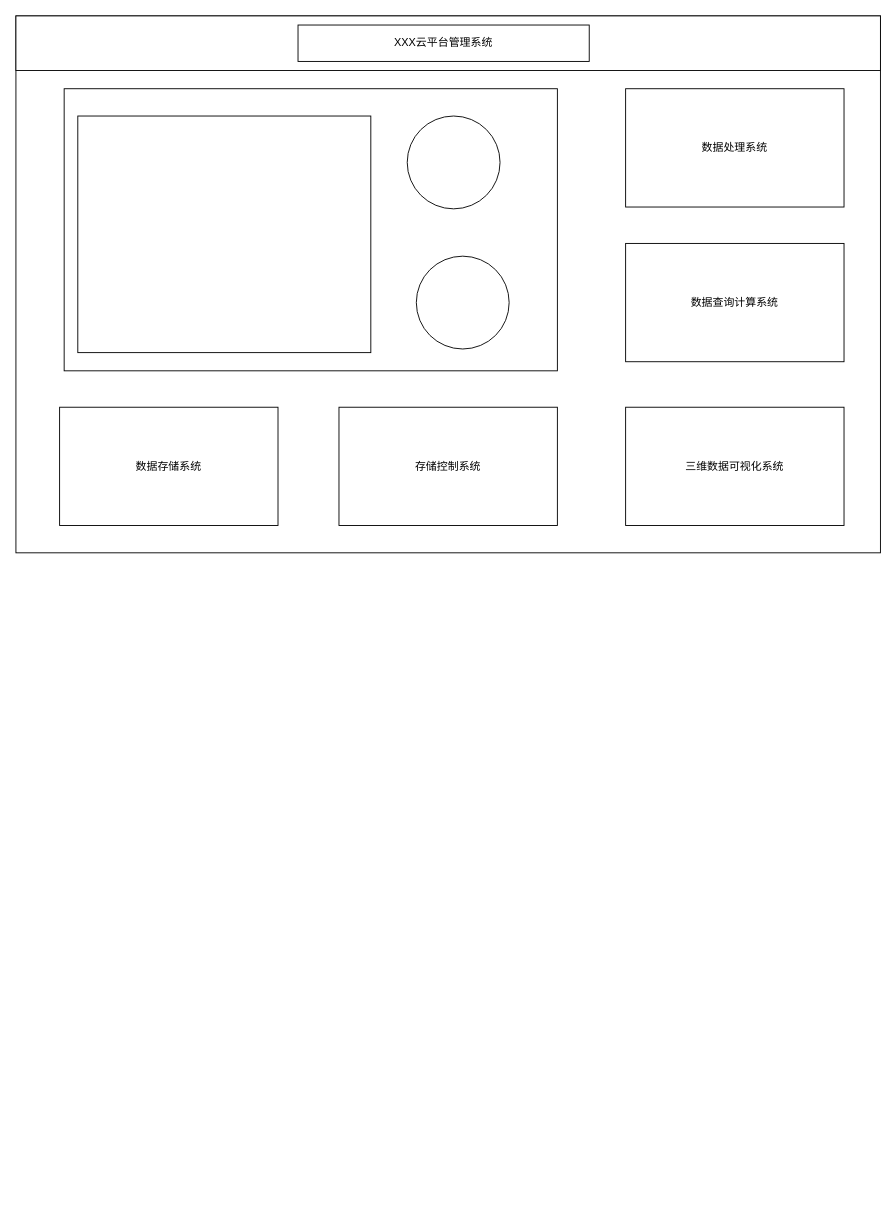
Above: 云平台.drawio in wdmlsx/xunjian (draw.io), before the change. Source tidied: cells renumbered, new cells numbered last; positions are measured from the earlier drawing's top-left corner, leaving out a move shared by most shapes. Both pictures are drawn from the tidied source at 91%, with x=0, y=0 at pixel (15, 15).
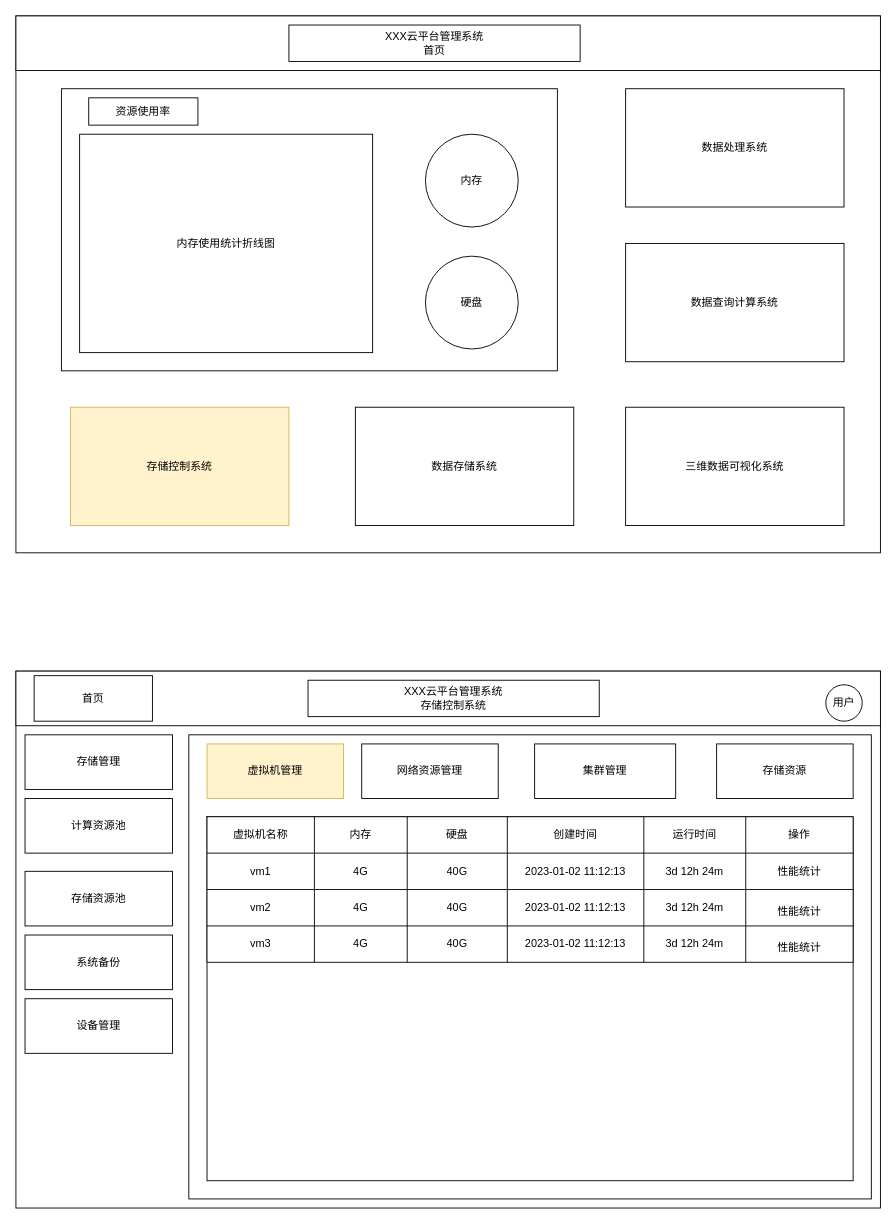
The same diagram, later.

Commit message (it also covers changes not shown here):
更新云平台.drawio

What changed in the source:
```diff
@@
     <mxCell id="3" value="数据存储系统" style="rounded=0;whiteSpace=wrap;html=1;" parent="1" vertex="1">
-      <mxGeometry x="48" y="430" width="240" height="130" as="geometry" />
+      <mxGeometry x="373" y="430" width="240" height="130" as="geometry" />
     </mxCell>
@@
-    <mxCell id="7" value="存储控制系统" style="rounded=0;whiteSpace=wrap;html=1;" parent="1" vertex="1">
-      <mxGeometry x="355" y="430" width="240" height="130" as="geometry" />
+    <mxCell id="7" value="存储控制系统" style="rounded=0;whiteSpace=wrap;html=1;fillColor=#fff2cc;strokeColor=#d6b656;" parent="1" vertex="1">
+      <mxGeometry x="60" y="430" width="240" height="130" as="geometry" />
     </mxCell>
@@
-    <mxCell id="9" value="XXX云平台管理系统" style="rounded=0;whiteSpace=wrap;html=1;align=center;" parent="1" vertex="1">
-      <mxGeometry x="310" y="10" width="320" height="40" as="geometry" />
+    <mxCell id="9" value="XXX云平台管理系统&lt;br&gt;首页" style="rounded=0;whiteSpace=wrap;html=1;align=center;" parent="1" vertex="1">
+      <mxGeometry x="300" y="10" width="320" height="40" as="geometry" />
     </mxCell>
     <mxCell id="10" style="rounded=0;whiteSpace=wrap;html=1;" parent="1" vertex="1">
-      <mxGeometry x="53" y="80" width="542" height="310" as="geometry" />
+      <mxGeometry x="50" y="80" width="545" height="310" as="geometry" />
     </mxCell>
-    <mxCell id="11" style="ellipse;whiteSpace=wrap;html=1;" parent="1" vertex="1">
-      <mxGeometry x="440" y="264" width="102" height="102" as="geometry" />
+    <mxCell id="11" value="硬盘" style="ellipse;whiteSpace=wrap;html=1;" parent="1" vertex="1">
+      <mxGeometry x="450" y="264" width="102" height="102" as="geometry" />
     </mxCell>
-    <mxCell id="12" style="rounded=0;whiteSpace=wrap;html=1;" parent="1" vertex="1">
-      <mxGeometry x="68" y="110" width="322" height="260" as="geometry" />
+    <mxCell id="12" value="内存使用统计折线图" style="rounded=0;whiteSpace=wrap;html=1;" parent="1" vertex="1">
+      <mxGeometry x="70" y="130" width="322" height="240" as="geometry" />
     </mxCell>
-    <mxCell id="13" style="ellipse;whiteSpace=wrap;html=1;" parent="1" vertex="1">
-      <mxGeometry x="430" y="110" width="102" height="102" as="geometry" />
+    <mxCell id="13" value="内存" style="ellipse;whiteSpace=wrap;html=1;" parent="1" vertex="1">
+      <mxGeometry x="450" y="130" width="102" height="102" as="geometry" />
     </mxCell>
+    <mxCell id="14" style="rounded=0;whiteSpace=wrap;html=1;" parent="1" vertex="1">
+      <mxGeometry y="720" width="950" height="590" as="geometry" />
+    </mxCell>
+    <mxCell id="15" style="rounded=0;whiteSpace=wrap;html=1;" parent="1" vertex="1">
+      <mxGeometry y="720" width="950" height="60" as="geometry" />
+    </mxCell>
+    <mxCell id="16" value="XXX云平台管理系统&lt;br&gt;存储控制系统" style="rounded=0;whiteSpace=wrap;html=1;align=center;" parent="1" vertex="1">
+      <mxGeometry x="321" y="730" width="320" height="40" as="geometry" />
+    </mxCell>
+    <mxCell id="17" value="存储管理" style="rounded=0;whiteSpace=wrap;html=1;" parent="1" vertex="1">
+      <mxGeometry x="10" y="790" width="162" height="60" as="geometry" />
+    </mxCell>
+    <mxCell id="18" value="计算资源池" style="rounded=0;whiteSpace=wrap;html=1;" parent="1" vertex="1">
+      <mxGeometry x="10" y="860" width="162" height="60" as="geometry" />
+    </mxCell>
+    <mxCell id="19" value="存储资源池" style="rounded=0;whiteSpace=wrap;html=1;" parent="1" vertex="1">
+      <mxGeometry x="10" y="940" width="162" height="60" as="geometry" />
+    </mxCell>
+    <mxCell id="20" value="系统备份" style="rounded=0;whiteSpace=wrap;html=1;" parent="1" vertex="1">
+      <mxGeometry x="10" y="1010" width="162" height="60" as="geometry" />
+    </mxCell>
+    <mxCell id="21" value="设备管理" style="rounded=0;whiteSpace=wrap;html=1;" parent="1" vertex="1">
+      <mxGeometry x="10" y="1080" width="162" height="60" as="geometry" />
+    </mxCell>
+    <mxCell id="22" style="rounded=0;whiteSpace=wrap;html=1;" parent="1" vertex="1">
+      <mxGeometry x="190" y="790" width="750" height="510" as="geometry" />
+    </mxCell>
+    <mxCell id="23" value="存储资源" style="rounded=0;whiteSpace=wrap;html=1;" parent="1" vertex="1">
+      <mxGeometry x="770" y="800" width="150" height="60" as="geometry" />
+    </mxCell>
+    <mxCell id="24" value="网络资源管理" style="rounded=0;whiteSpace=wrap;html=1;" parent="1" vertex="1">
+      <mxGeometry x="380" y="800" width="150" height="60" as="geometry" />
+    </mxCell>
+    <mxCell id="25" value="虚拟机管理" style="rounded=0;whiteSpace=wrap;html=1;fillColor=#fff2cc;strokeColor=#d6b656;" parent="1" vertex="1">
+      <mxGeometry x="210" y="800" width="150" height="60" as="geometry" />
+    </mxCell>
+    <mxCell id="26" value="集群管理" style="rounded=0;whiteSpace=wrap;html=1;" parent="1" vertex="1">
+      <mxGeometry x="570" y="800" width="155" height="60" as="geometry" />
+    </mxCell>
+    <mxCell id="27" style="rounded=0;whiteSpace=wrap;html=1;" parent="1" vertex="1">
+      <mxGeometry x="210" y="880" width="710" height="400" as="geometry" />
+    </mxCell>
+    <mxCell id="28" style="shape=table;startSize=0;childLayout=tableLayout;" parent="1" vertex="1">
+      <mxGeometry x="210" y="880" width="710" height="160" as="geometry" />
+    </mxCell>
+    <mxCell id="29" style="shape=tableRow;horizontal=0;startSize=0;swimlaneHead=0;swimlaneBody=0;strokeColor=inherit;top=0;left=0;bottom=0;right=0;fillColor=none;" parent="28" vertex="1">
+      <mxGeometry width="710" height="40" as="geometry" />
+    </mxCell>
+    <mxCell id="30" value="虚拟机名称" style="shape=partialRectangle;html=1;whiteSpace=wrap;strokeColor=inherit;overflow=hidden;fillColor=none;top=0;left=0;bottom=0;right=0;" parent="29" vertex="1">
+      <mxGeometry width="118" height="40" as="geometry" />
+    </mxCell>
+    <mxCell id="31" value="内存" style="shape=partialRectangle;html=1;whiteSpace=wrap;strokeColor=inherit;overflow=hidden;fillColor=none;top=0;left=0;bottom=0;right=0;" parent="29" vertex="1">
+      <mxGeometry x="118" width="102" height="40" as="geometry" />
+    </mxCell>
+    <mxCell id="32" value="硬盘" style="shape=partialRectangle;html=1;whiteSpace=wrap;strokeColor=inherit;overflow=hidden;fillColor=none;top=0;left=0;bottom=0;right=0;" parent="29" vertex="1">
+      <mxGeometry x="220" width="110" height="40" as="geometry" />
+    </mxCell>
+    <mxCell id="33" value="创建时间" style="shape=partialRectangle;html=1;whiteSpace=wrap;strokeColor=inherit;overflow=hidden;fillColor=none;top=0;left=0;bottom=0;right=0;" parent="29" vertex="1">
+      <mxGeometry x="330" width="150" height="40" as="geometry" />
+    </mxCell>
+    <mxCell id="34" value="运行时间" style="shape=partialRectangle;html=1;whiteSpace=wrap;strokeColor=inherit;overflow=hidden;fillColor=none;top=0;left=0;bottom=0;right=0;" parent="29" vertex="1">
+      <mxGeometry x="480" width="112" height="40" as="geometry" />
+    </mxCell>
+    <mxCell id="35" value="操作" style="shape=partialRectangle;html=1;whiteSpace=wrap;strokeColor=inherit;overflow=hidden;fillColor=none;top=0;left=0;bottom=0;right=0;" parent="29" vertex="1">
+      <mxGeometry x="592" width="118" height="40" as="geometry" />
+    </mxCell>
+    <mxCell id="36" style="shape=tableRow;horizontal=0;startSize=0;swimlaneHead=0;swimlaneBody=0;strokeColor=inherit;top=0;left=0;bottom=0;right=0;fillColor=none;" parent="28" vertex="1">
+      <mxGeometry y="40" width="710" height="40" as="geometry" />
+    </mxCell>
+    <mxCell id="37" value="vm1" style="shape=partialRectangle;html=1;whiteSpace=wrap;strokeColor=inherit;overflow=hidden;fillColor=none;top=0;left=0;bottom=0;right=0;" parent="36" vertex="1">
+      <mxGeometry width="118" height="40" as="geometry" />
+    </mxCell>
+    <mxCell id="38" value="4G" style="shape=partialRectangle;html=1;whiteSpace=wrap;strokeColor=inherit;overflow=hidden;fillColor=none;top=0;left=0;bottom=0;right=0;" parent="36" vertex="1">
+      <mxGeometry x="118" width="102" height="40" as="geometry" />
+    </mxCell>
+    <mxCell id="39" value="40G" style="shape=partialRectangle;html=1;whiteSpace=wrap;strokeColor=inherit;overflow=hidden;fillColor=none;top=0;left=0;bottom=0;right=0;" parent="36" vertex="1">
+      <mxGeometry x="220" width="110" height="40" as="geometry" />
+    </mxCell>
+    <mxCell id="40" value="2023-01-02 11:12:13" style="shape=partialRectangle;html=1;whiteSpace=wrap;strokeColor=inherit;overflow=hidden;fillColor=none;top=0;left=0;bottom=0;right=0;" parent="36" vertex="1">
+      <mxGeometry x="330" width="150" height="40" as="geometry" />
+    </mxCell>
+    <mxCell id="41" value="3d 12h 24m" style="shape=partialRectangle;html=1;whiteSpace=wrap;strokeColor=inherit;overflow=hidden;fillColor=none;top=0;left=0;bottom=0;right=0;" parent="36" vertex="1">
+      <mxGeometry x="480" width="112" height="40" as="geometry" />
+    </mxCell>
+    <mxCell id="42" value="性能统计" style="shape=partialRectangle;html=1;whiteSpace=wrap;strokeColor=inherit;overflow=hidden;fillColor=none;top=0;left=0;bottom=0;right=0;" parent="36" vertex="1">
+      <mxGeometry x="592" width="118" height="40" as="geometry" />
+    </mxCell>
+    <mxCell id="43" style="shape=tableRow;horizontal=0;startSize=0;swimlaneHead=0;swimlaneBody=0;strokeColor=inherit;top=0;left=0;bottom=0;right=0;fillColor=none;" parent="28" vertex="1">
+      <mxGeometry y="80" width="710" height="40" as="geometry" />
+    </mxCell>
+    <mxCell id="44" value="vm2" style="shape=partialRectangle;html=1;whiteSpace=wrap;strokeColor=inherit;overflow=hidden;fillColor=none;top=0;left=0;bottom=0;right=0;" parent="43" vertex="1">
+      <mxGeometry width="118" height="40" as="geometry" />
+    </mxCell>
+    <mxCell id="45" value="4G" style="shape=partialRectangle;html=1;whiteSpace=wrap;strokeColor=inherit;overflow=hidden;fillColor=none;top=0;left=0;bottom=0;right=0;" parent="43" vertex="1">
+      <mxGeometry x="118" width="102" height="40" as="geometry" />
+    </mxCell>
+    <mxCell id="46" value="40G" style="shape=partialRectangle;html=1;whiteSpace=wrap;strokeColor=inherit;overflow=hidden;fillColor=none;top=0;left=0;bottom=0;right=0;" parent="43" vertex="1">
+      <mxGeometry x="220" width="110" height="40" as="geometry" />
+    </mxCell>
+    <mxCell id="47" value="2023-01-02 11:12:13" style="shape=partialRectangle;html=1;whiteSpace=wrap;strokeColor=inherit;overflow=hidden;fillColor=none;top=0;left=0;bottom=0;right=0;" parent="43" vertex="1">
+      <mxGeometry x="330" width="150" height="40" as="geometry" />
+    </mxCell>
+    <mxCell id="48" value="3d 12h 24m" style="shape=partialRectangle;html=1;whiteSpace=wrap;strokeColor=inherit;overflow=hidden;fillColor=none;top=0;left=0;bottom=0;right=0;" parent="43" vertex="1">
+      <mxGeometry x="480" width="112" height="40" as="geometry" />
+    </mxCell>
+    <mxCell id="49" value="&#10;&lt;span style=&quot;color: rgb(0, 0, 0); font-family: Helvetica; font-size: 12px; font-style: normal; font-variant-ligatures: normal; font-variant-caps: normal; font-weight: 400; letter-spacing: normal; orphans: 2; text-align: center; text-indent: 0px; text-transform: none; widows: 2; word-spacing: 0px; -webkit-text-stroke-width: 0px; background-color: rgb(251, 251, 251); text-decoration-thickness: initial; text-decoration-style: initial; text-decoration-color: initial; float: none; display: inline !important;&quot;&gt;性能统计&lt;/span&gt;&#10;&#10;" style="shape=partialRectangle;html=1;whiteSpace=wrap;strokeColor=inherit;overflow=hidden;fillColor=none;top=0;left=0;bottom=0;right=0;" parent="43" vertex="1">
+      <mxGeometry x="592" width="118" height="40" as="geometry" />
+    </mxCell>
+    <mxCell id="50" style="shape=tableRow;horizontal=0;startSize=0;swimlaneHead=0;swimlaneBody=0;strokeColor=inherit;top=0;left=0;bottom=0;right=0;fillColor=none;" parent="28" vertex="1">
+      <mxGeometry y="120" width="710" height="40" as="geometry" />
+    </mxCell>
+    <mxCell id="51" value="vm3" style="shape=partialRectangle;html=1;whiteSpace=wrap;strokeColor=inherit;overflow=hidden;fillColor=none;top=0;left=0;bottom=0;right=0;" parent="50" vertex="1">
+      <mxGeometry width="118" height="40" as="geometry" />
+    </mxCell>
+    <mxCell id="52" value="4G" style="shape=partialRectangle;html=1;whiteSpace=wrap;strokeColor=inherit;overflow=hidden;fillColor=none;top=0;left=0;bottom=0;right=0;" parent="50" vertex="1">
+      <mxGeometry x="118" width="102" height="40" as="geometry" />
+    </mxCell>
+    <mxCell id="53" value="40G" style="shape=partialRectangle;html=1;whiteSpace=wrap;strokeColor=inherit;overflow=hidden;fillColor=none;top=0;left=0;bottom=0;right=0;" parent="50" vertex="1">
+      <mxGeometry x="220" width="110" height="40" as="geometry" />
+    </mxCell>
+    <mxCell id="54" value="2023-01-02 11:12:13" style="shape=partialRectangle;html=1;whiteSpace=wrap;strokeColor=inherit;overflow=hidden;fillColor=none;top=0;left=0;bottom=0;right=0;" parent="50" vertex="1">
+      <mxGeometry x="330" width="150" height="40" as="geometry" />
+    </mxCell>
+    <mxCell id="55" value="3d 12h 24m" style="shape=partialRectangle;html=1;whiteSpace=wrap;strokeColor=inherit;overflow=hidden;fillColor=none;top=0;left=0;bottom=0;right=0;" parent="50" vertex="1">
+      <mxGeometry x="480" width="112" height="40" as="geometry" />
+    </mxCell>
+    <mxCell id="56" value="&#10;&lt;span style=&quot;color: rgb(0, 0, 0); font-family: Helvetica; font-size: 12px; font-style: normal; font-variant-ligatures: normal; font-variant-caps: normal; font-weight: 400; letter-spacing: normal; orphans: 2; text-align: center; text-indent: 0px; text-transform: none; widows: 2; word-spacing: 0px; -webkit-text-stroke-width: 0px; background-color: rgb(251, 251, 251); text-decoration-thickness: initial; text-decoration-style: initial; text-decoration-color: initial; float: none; display: inline !important;&quot;&gt;性能统计&lt;/span&gt;&#10;&#10;" style="shape=partialRectangle;html=1;whiteSpace=wrap;strokeColor=inherit;overflow=hidden;fillColor=none;top=0;left=0;bottom=0;right=0;" parent="50" vertex="1">
+      <mxGeometry x="592" width="118" height="40" as="geometry" />
+    </mxCell>
+    <mxCell id="57" value="资源使用率" style="rounded=0;whiteSpace=wrap;html=1;" parent="1" vertex="1">
+      <mxGeometry x="80" y="90" width="120" height="30" as="geometry" />
+    </mxCell>
+    <mxCell id="58" value="首页" style="rounded=0;whiteSpace=wrap;html=1;" parent="1" vertex="1">
+      <mxGeometry x="20" y="725" width="130" height="50" as="geometry" />
+    </mxCell>
+    <mxCell id="59" value="用户" style="ellipse;whiteSpace=wrap;html=1;" parent="1" vertex="1">
+      <mxGeometry x="890" y="735" width="40" height="40" as="geometry" />
+    </mxCell>
```
